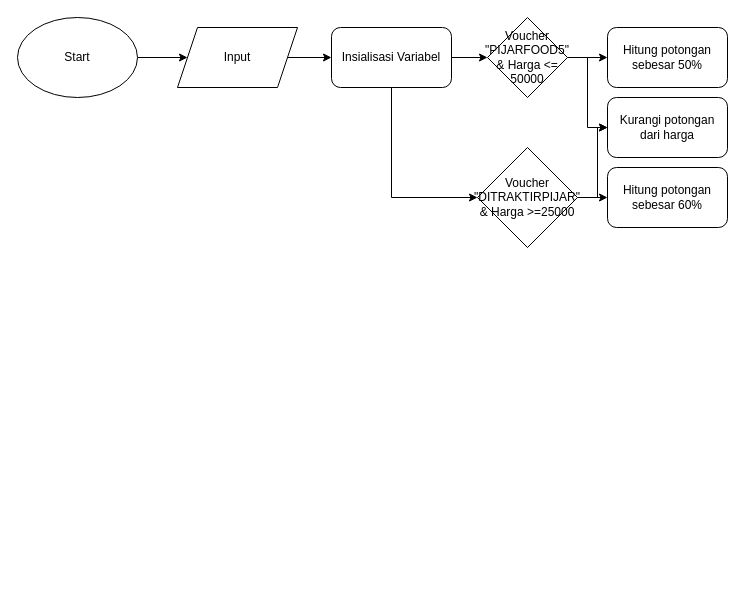
Before: Flowchart2.drawio in MohamadFikryAzhar/Palindrome-and-ReversedString, a draw.io diagram. Source tidied: cells renumbered, new cells numbered last; positions are measured from the earlier drawing's top-left corner, leaving out a move shared by most shapes. Both pictures are drawn from the tidied source at 100%, with x=0, y=0 at pixel (17, 17).
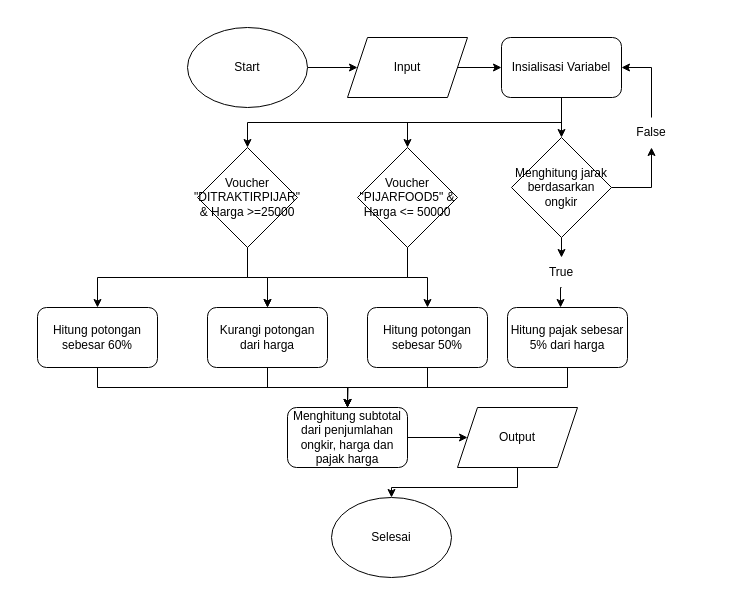
Above is the later version.

Change to the diagram source:
```diff
@@
     <mxCell id="3" value="Start" style="ellipse;whiteSpace=wrap;html=1;" parent="1" vertex="1">
-      <mxGeometry width="120" height="80" as="geometry" />
+      <mxGeometry x="170" y="10" width="120" height="80" as="geometry" />
     </mxCell>
@@
     <mxCell id="5" value="Input" style="shape=parallelogram;perimeter=parallelogramPerimeter;whiteSpace=wrap;html=1;fixedSize=1;" parent="1" vertex="1">
-      <mxGeometry x="160" y="10" width="120" height="60" as="geometry" />
+      <mxGeometry x="330" y="20" width="120" height="60" as="geometry" />
     </mxCell>
+    <mxCell id="18" style="edgeStyle=orthogonalEdgeStyle;rounded=0;jettySize=auto;html=1;exitX=0.5;exitY=1;exitDx=0;exitDy=0;entryX=0.5;entryY=0;entryDx=0;entryDy=0;" parent="1" edge="1" source="8" target="24">
+      <mxGeometry relative="1" as="geometry" />
+    </mxCell>
-    <mxCell id="6" style="edgeStyle=orthogonalEdgeStyle;rounded=0;jettySize=auto;html=1;exitX=1;exitY=0.5;exitDx=0;exitDy=0;entryX=0;entryY=0.5;entryDx=0;entryDy=0;" parent="1" edge="1" source="8" target="11">
+    <mxCell id="6" style="edgeStyle=orthogonalEdgeStyle;rounded=0;jettySize=auto;html=1;exitX=0.5;exitY=1;exitDx=0;exitDy=0;entryX=0.5;entryY=0;entryDx=0;entryDy=0;" parent="1" edge="1" source="8" target="11">
       <mxGeometry relative="1" as="geometry" />
     </mxCell>
-    <mxCell id="7" style="edgeStyle=orthogonalEdgeStyle;rounded=0;jettySize=auto;html=1;exitX=0.5;exitY=1;exitDx=0;exitDy=0;entryX=0;entryY=0.5;entryDx=0;entryDy=0;" parent="1" edge="1" source="8" target="16">
+    <mxCell id="7" style="edgeStyle=orthogonalEdgeStyle;rounded=0;jettySize=auto;html=1;exitX=0.5;exitY=1;exitDx=0;exitDy=0;entryX=0.5;entryY=0;entryDx=0;entryDy=0;" parent="1" edge="1" source="8" target="16">
       <mxGeometry relative="1" as="geometry" />
     </mxCell>
     <mxCell id="8" value="Insialisasi Variabel" style="rounded=1;whiteSpace=wrap;html=1;" parent="1" vertex="1">
-      <mxGeometry x="314" y="10" width="120" height="60" as="geometry" />
+      <mxGeometry x="484" y="20" width="120" height="60" as="geometry" />
     </mxCell>
-    <mxCell id="9" style="edgeStyle=orthogonalEdgeStyle;rounded=0;jettySize=auto;html=1;exitX=1;exitY=0.5;exitDx=0;exitDy=0;entryX=0;entryY=0.5;entryDx=0;entryDy=0;" parent="1" edge="1" source="11" target="12">
+    <mxCell id="9" style="edgeStyle=orthogonalEdgeStyle;rounded=0;jettySize=auto;html=1;exitX=0.5;exitY=1;exitDx=0;exitDy=0;entryX=0.5;entryY=0;entryDx=0;entryDy=0;" parent="1" edge="1" source="11" target="12">
       <mxGeometry relative="1" as="geometry" />
     </mxCell>
-    <mxCell id="10" style="edgeStyle=orthogonalEdgeStyle;rounded=0;jettySize=auto;html=1;exitX=1;exitY=0.5;exitDx=0;exitDy=0;entryX=0;entryY=0.5;entryDx=0;entryDy=0;" parent="1" edge="1" source="11" target="13">
+    <mxCell id="10" style="edgeStyle=orthogonalEdgeStyle;rounded=0;jettySize=auto;html=1;exitX=0.5;exitY=1;exitDx=0;exitDy=0;entryX=0.5;entryY=0;entryDx=0;entryDy=0;" parent="1" edge="1" source="11" target="13">
       <mxGeometry relative="1" as="geometry" />
     </mxCell>
     <mxCell id="11" value="Voucher &quot;PIJARFOOD5&quot; &amp;amp; Harga &amp;lt;= 50000" style="rhombus;whiteSpace=wrap;html=1;" parent="1" vertex="1">
-      <mxGeometry x="470" width="80" height="80" as="geometry" />
+      <mxGeometry x="340" y="130" width="100" height="100" as="geometry" />
     </mxCell>
+    <mxCell id="19" style="edgeStyle=orthogonalEdgeStyle;rounded=0;jettySize=auto;html=1;exitX=0.5;exitY=1;exitDx=0;exitDy=0;entryX=0.5;entryY=0;entryDx=0;entryDy=0;" parent="1" edge="1" source="12" target="32">
+      <mxGeometry relative="1" as="geometry" />
+    </mxCell>
     <mxCell id="12" value="Hitung potongan sebesar 50%" style="rounded=1;whiteSpace=wrap;html=1;" parent="1" vertex="1">
-      <mxGeometry x="590" y="10" width="120" height="60" as="geometry" />
+      <mxGeometry x="350" y="290" width="120" height="60" as="geometry" />
     </mxCell>
+    <mxCell id="20" style="edgeStyle=orthogonalEdgeStyle;rounded=0;jettySize=auto;html=1;exitX=0.5;exitY=1;exitDx=0;exitDy=0;" parent="1" edge="1" source="13">
+      <mxGeometry relative="1" as="geometry">
+        <mxPoint x="330" y="390" as="targetPoint" />
+      </mxGeometry>
+    </mxCell>
     <mxCell id="13" value="Kurangi potongan dari harga" style="rounded=1;whiteSpace=wrap;html=1;" parent="1" vertex="1">
-      <mxGeometry x="590" y="80" width="120" height="60" as="geometry" />
+      <mxGeometry x="190" y="290" width="120" height="60" as="geometry" />
     </mxCell>
-    <mxCell id="14" style="edgeStyle=orthogonalEdgeStyle;rounded=0;jettySize=auto;html=1;exitX=1;exitY=0.5;exitDx=0;exitDy=0;entryX=0;entryY=0.5;entryDx=0;entryDy=0;" parent="1" edge="1" source="16" target="13">
+    <mxCell id="14" style="edgeStyle=orthogonalEdgeStyle;rounded=0;jettySize=auto;html=1;exitX=0.5;exitY=1;exitDx=0;exitDy=0;entryX=0.5;entryY=0;entryDx=0;entryDy=0;" parent="1" edge="1" source="16" target="13">
       <mxGeometry relative="1" as="geometry" />
     </mxCell>
-    <mxCell id="15" style="edgeStyle=orthogonalEdgeStyle;rounded=0;jettySize=auto;html=1;exitX=1;exitY=0.5;exitDx=0;exitDy=0;entryX=0;entryY=0.5;entryDx=0;entryDy=0;" parent="1" edge="1" source="16" target="17">
+    <mxCell id="15" style="edgeStyle=orthogonalEdgeStyle;rounded=0;jettySize=auto;html=1;exitX=0.5;exitY=1;exitDx=0;exitDy=0;entryX=0.5;entryY=0;entryDx=0;entryDy=0;" parent="1" edge="1" source="16" target="17">
       <mxGeometry relative="1" as="geometry" />
     </mxCell>
     <mxCell id="16" value="Voucher &quot;DITRAKTIRPIJAR&quot; &amp;amp; Harga &amp;gt;=25000" style="rhombus;whiteSpace=wrap;html=1;" parent="1" vertex="1">
-      <mxGeometry x="460" y="130" width="100" height="100" as="geometry" />
+      <mxGeometry x="180" y="130" width="100" height="100" as="geometry" />
     </mxCell>
+    <mxCell id="21" style="edgeStyle=orthogonalEdgeStyle;rounded=0;jettySize=auto;html=1;exitX=0.5;exitY=1;exitDx=0;exitDy=0;entryX=0.5;entryY=0;entryDx=0;entryDy=0;" parent="1" edge="1" source="17" target="32">
+      <mxGeometry relative="1" as="geometry" />
+    </mxCell>
     <mxCell id="17" value="Hitung potongan sebesar 60%" style="rounded=1;whiteSpace=wrap;html=1;" parent="1" vertex="1">
-      <mxGeometry x="590" y="150" width="120" height="60" as="geometry" />
+      <mxGeometry x="20" y="290" width="120" height="60" as="geometry" />
     </mxCell>
+    <mxCell id="22" style="edgeStyle=orthogonalEdgeStyle;rounded=0;jettySize=auto;html=1;exitX=0.5;exitY=1;exitDx=0;exitDy=0;entryX=0.5;entryY=0;entryDx=0;entryDy=0;" parent="1" edge="1" source="24" target="30">
+      <mxGeometry relative="1" as="geometry" />
+    </mxCell>
+    <mxCell id="23" style="edgeStyle=orthogonalEdgeStyle;rounded=0;jettySize=auto;html=1;exitX=1;exitY=0.5;exitDx=0;exitDy=0;entryX=0.5;entryY=1;entryDx=0;entryDy=0;" parent="1" edge="1" source="24" target="26">
+      <mxGeometry relative="1" as="geometry" />
+    </mxCell>
+    <mxCell id="24" value="Menghitung jarak berdasarkan ongkir" style="rhombus;whiteSpace=wrap;html=1;" parent="1" vertex="1">
+      <mxGeometry x="494" y="120" width="100" height="100" as="geometry" />
+    </mxCell>
+    <mxCell id="25" style="edgeStyle=orthogonalEdgeStyle;rounded=0;jettySize=auto;html=1;exitX=0.5;exitY=0;exitDx=0;exitDy=0;entryX=1;entryY=0.5;entryDx=0;entryDy=0;" parent="1" edge="1" source="26" target="8">
+      <mxGeometry relative="1" as="geometry" />
+    </mxCell>
+    <mxCell id="26" value="False" style="text;html=1;strokeColor=none;fillColor=none;align=center;verticalAlign=middle;whiteSpace=wrap;rounded=0;" parent="1" vertex="1">
+      <mxGeometry x="604" y="100" width="60" height="30" as="geometry" />
+    </mxCell>
+    <mxCell id="27" style="edgeStyle=orthogonalEdgeStyle;rounded=0;jettySize=auto;html=1;exitX=0.5;exitY=1;exitDx=0;exitDy=0;entryX=0.5;entryY=0;entryDx=0;entryDy=0;" parent="1" edge="1" source="28" target="32">
+      <mxGeometry relative="1" as="geometry" />
+    </mxCell>
+    <mxCell id="28" value="Hitung pajak sebesar 5% dari harga" style="rounded=1;whiteSpace=wrap;html=1;" parent="1" vertex="1">
+      <mxGeometry x="490" y="290" width="120" height="60" as="geometry" />
+    </mxCell>
+    <mxCell id="29" style="edgeStyle=orthogonalEdgeStyle;rounded=0;jettySize=auto;html=1;exitX=0.5;exitY=1;exitDx=0;exitDy=0;entryX=0.442;entryY=0;entryDx=0;entryDy=0;entryPerimeter=0;" parent="1" edge="1" source="30" target="28">
+      <mxGeometry relative="1" as="geometry" />
+    </mxCell>
+    <mxCell id="30" value="True" style="text;html=1;strokeColor=none;fillColor=none;align=center;verticalAlign=middle;whiteSpace=wrap;rounded=0;" parent="1" vertex="1">
+      <mxGeometry x="514" y="240" width="60" height="30" as="geometry" />
+    </mxCell>
+    <mxCell id="31" style="edgeStyle=orthogonalEdgeStyle;rounded=0;jettySize=auto;html=1;exitX=1;exitY=0.5;exitDx=0;exitDy=0;entryX=0;entryY=0.5;entryDx=0;entryDy=0;" parent="1" edge="1" source="32" target="34">
+      <mxGeometry relative="1" as="geometry" />
+    </mxCell>
+    <mxCell id="32" value="Menghitung subtotal dari penjumlahan ongkir, harga dan pajak harga" style="rounded=1;whiteSpace=wrap;html=1;" parent="1" vertex="1">
+      <mxGeometry x="270" y="390" width="120" height="60" as="geometry" />
+    </mxCell>
+    <mxCell id="33" style="edgeStyle=orthogonalEdgeStyle;rounded=0;jettySize=auto;html=1;exitX=0.5;exitY=1;exitDx=0;exitDy=0;entryX=0.5;entryY=0;entryDx=0;entryDy=0;" parent="1" edge="1" source="34" target="35">
+      <mxGeometry relative="1" as="geometry">
+        <Array as="points">
+          <mxPoint x="500" y="470" />
+          <mxPoint x="374" y="470" />
+        </Array>
+      </mxGeometry>
+    </mxCell>
+    <mxCell id="34" value="Output" style="shape=parallelogram;perimeter=parallelogramPerimeter;whiteSpace=wrap;html=1;fixedSize=1;" parent="1" vertex="1">
+      <mxGeometry x="440" y="390" width="120" height="60" as="geometry" />
+    </mxCell>
+    <mxCell id="35" value="Selesai" style="ellipse;whiteSpace=wrap;html=1;" parent="1" vertex="1">
+      <mxGeometry x="314" y="480" width="120" height="80" as="geometry" />
+    </mxCell>
```
